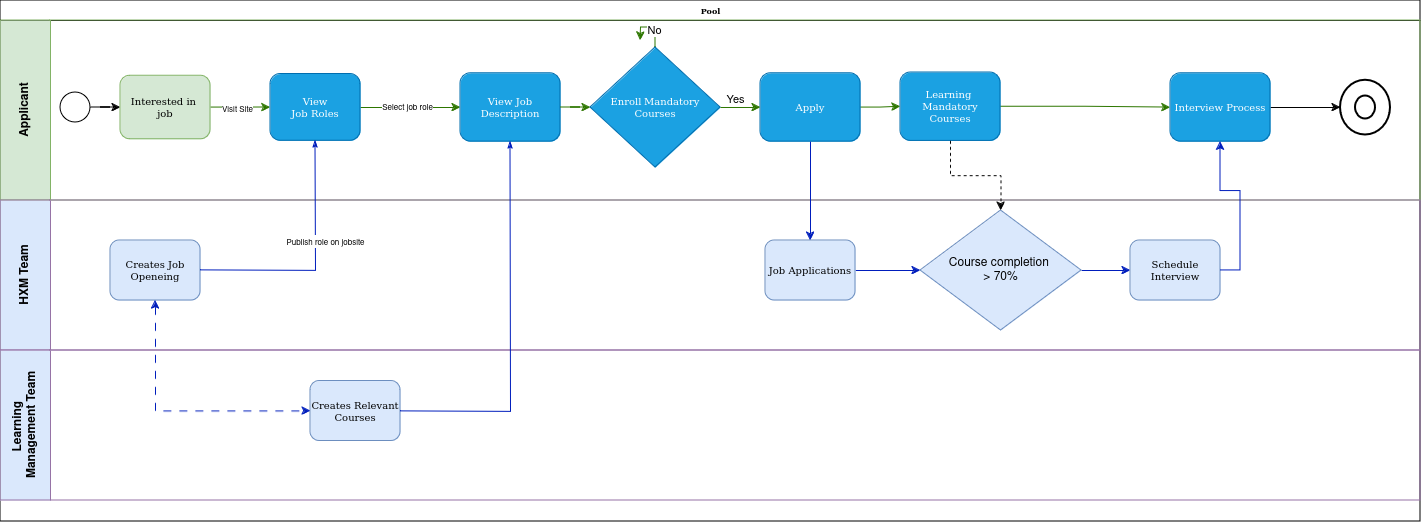
Meharaj-thoufik/Quality-Candidate-Recruit keeps this draw.io diagram as BPMN/Untitled Diagram.drawio.png. Above is the earlier version. Source tidied: cells renumbered, new cells last; positions are measured from the earlier drawing's top-left corner, leaving out a move shared by most shapes.
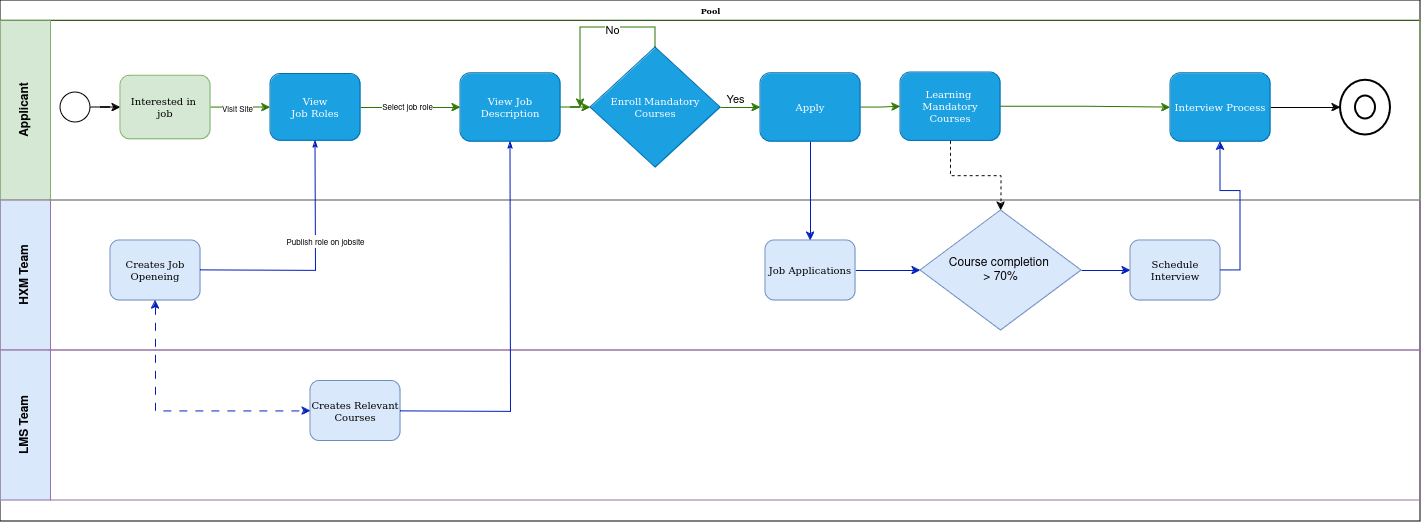
Later version of the same file.

Change to the diagram source:
```diff
@@ -39,7 +39,11 @@
     </mxCell>
     <mxCell id="13" style="edgeStyle=orthogonalEdgeStyle;rounded=0;jettySize=auto;html=1;fillColor=#60a917;strokeColor=#2D7600;" parent="3" edge="1" source="15">
       <mxGeometry relative="1" as="geometry">
-        <mxPoint x="640" y="20" as="targetPoint" />
+        <mxPoint x="580" y="87" as="targetPoint" />
+        <Array as="points">
+          <mxPoint x="655" y="7" />
+          <mxPoint x="580" y="7" />
+        </Array>
       </mxGeometry>
     </mxCell>
     <mxCell id="14" value="No" style="edgeLabel;html=1;align=center;verticalAlign=middle;" parent="13" vertex="1">
@@ -104,7 +108,7 @@
     <mxCell id="33" value="&lt;font style=&quot;font-size: 10px;&quot;&gt;Schedule Interview &lt;br&gt;&lt;/font&gt;" style="rounded=1;whiteSpace=wrap;html=1;shadow=0;labelBackgroundColor=none;strokeWidth=1;fontFamily=Verdana;fontSize=8;align=center;fillColor=#dae8fc;strokeColor=#6c8ebf;" parent="27" vertex="1">
       <mxGeometry x="1130" y="40" width="90" height="60" as="geometry" />
     </mxCell>
-    <mxCell id="34" value="&lt;div&gt;Learning&amp;nbsp;&lt;/div&gt;&lt;div&gt;Management Team&lt;br&gt;&lt;/div&gt;" style="swimlane;html=1;startSize=50;horizontal=0;fillColor=#DAE8FC;strokeColor=#9673a6;swimlaneFillColor=none;" parent="2" vertex="1">
+    <mxCell id="34" value="LMS Team" style="swimlane;html=1;startSize=50;horizontal=0;fillColor=#DAE8FC;strokeColor=#9673a6;swimlaneFillColor=none;" parent="2" vertex="1">
       <mxGeometry y="350" width="1420" height="150" as="geometry" />
     </mxCell>
     <mxCell id="35" value="&lt;div&gt;&lt;font size=&quot;1&quot;&gt;&lt;span&gt;Creates Relevant&lt;/span&gt;&lt;/font&gt;&lt;/div&gt;&lt;div&gt;&lt;font size=&quot;1&quot;&gt;&lt;span&gt;Courses &lt;/span&gt;&lt;/font&gt;&lt;/div&gt;" style="rounded=1;whiteSpace=wrap;html=1;shadow=0;labelBackgroundColor=none;strokeWidth=1;fontFamily=Verdana;fontSize=8;align=center;fillColor=#dae8fc;strokeColor=#6c8ebf;" parent="34" vertex="1">
```
